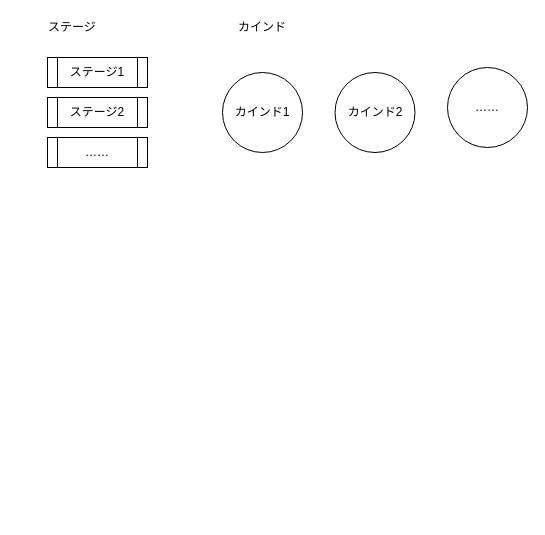
Before: task_lifecycle.drawio in stakiran/work_of_systematization_of_taskmanagement, a draw.io diagram. Source tidied: cells renumbered, new cells numbered last; positions are measured from the earlier drawing's top-left corner, leaving out a move shared by most shapes. Both pictures are drawn from the tidied source at 100%, with x=0, y=0 at pixel (17, 17).
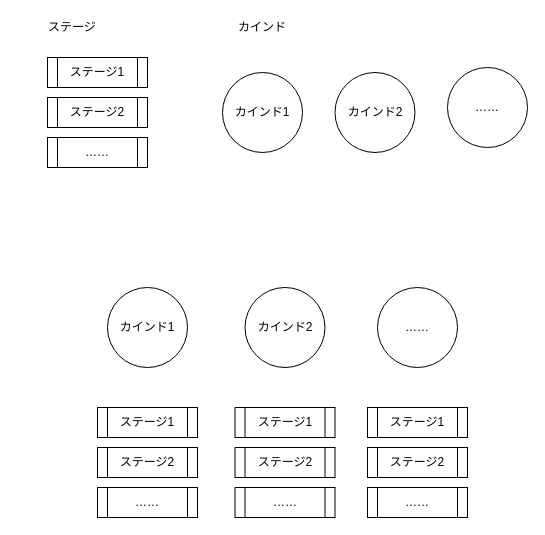
The same page after the edit.

Change to the diagram source:
```diff
@@
+    <mxCell id="10" value="ステージ1" style="shape=process;whiteSpace=wrap;html=1;backgroundOutline=1;" parent="1" vertex="1">
+      <mxGeometry x="80" y="390" width="100" height="30" as="geometry" />
+    </mxCell>
+    <mxCell id="11" value="ステージ2" style="shape=process;whiteSpace=wrap;html=1;backgroundOutline=1;" parent="1" vertex="1">
+      <mxGeometry x="80" y="430" width="100" height="30" as="geometry" />
+    </mxCell>
+    <mxCell id="12" value="……" style="shape=process;whiteSpace=wrap;html=1;backgroundOutline=1;" parent="1" vertex="1">
+      <mxGeometry x="80" y="470" width="100" height="30" as="geometry" />
+    </mxCell>
+    <mxCell id="13" value="カインド1" style="ellipse;whiteSpace=wrap;html=1;" parent="1" vertex="1">
+      <mxGeometry x="90" y="270" width="80" height="80" as="geometry" />
+    </mxCell>
+    <mxCell id="14" value="カインド2" style="ellipse;whiteSpace=wrap;html=1;" parent="1" vertex="1">
+      <mxGeometry x="227.5" y="270" width="80" height="80" as="geometry" />
+    </mxCell>
+    <mxCell id="15" value="……" style="ellipse;whiteSpace=wrap;html=1;" parent="1" vertex="1">
+      <mxGeometry x="360" y="270" width="80" height="80" as="geometry" />
+    </mxCell>
+    <mxCell id="16" value="ステージ1" style="shape=process;whiteSpace=wrap;html=1;backgroundOutline=1;" parent="1" vertex="1">
+      <mxGeometry x="217.5" y="390" width="100" height="30" as="geometry" />
+    </mxCell>
+    <mxCell id="17" value="ステージ2" style="shape=process;whiteSpace=wrap;html=1;backgroundOutline=1;" parent="1" vertex="1">
+      <mxGeometry x="217.5" y="430" width="100" height="30" as="geometry" />
+    </mxCell>
+    <mxCell id="18" value="……" style="shape=process;whiteSpace=wrap;html=1;backgroundOutline=1;" parent="1" vertex="1">
+      <mxGeometry x="217.5" y="470" width="100" height="30" as="geometry" />
+    </mxCell>
+    <mxCell id="19" value="ステージ1" style="shape=process;whiteSpace=wrap;html=1;backgroundOutline=1;" parent="1" vertex="1">
+      <mxGeometry x="350" y="390" width="100" height="30" as="geometry" />
+    </mxCell>
+    <mxCell id="20" value="ステージ2" style="shape=process;whiteSpace=wrap;html=1;backgroundOutline=1;" parent="1" vertex="1">
+      <mxGeometry x="350" y="430" width="100" height="30" as="geometry" />
+    </mxCell>
+    <mxCell id="21" value="……" style="shape=process;whiteSpace=wrap;html=1;backgroundOutline=1;" parent="1" vertex="1">
+      <mxGeometry x="350" y="470" width="100" height="30" as="geometry" />
+    </mxCell>
```
